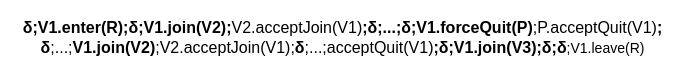
jpgros/site-web keeps this draw.io diagram as fullChemin.drawio. Above is the earlier version. Source tidied: cells renumbered, new cells numbered last; positions are measured from the earlier drawing's top-left corner, leaving out a move shared by most shapes. Both pictures are drawn from the tidied source at 100%, with x=0, y=0 at pixel (17, 17).
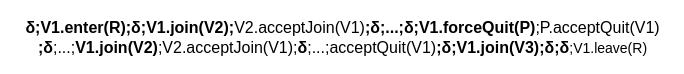
After the change.

Change to the diagram source:
```diff
@@
 <mxGraphModel>
   <root>
     <mxCell id="0" />
     <mxCell id="1" parent="0" />
-    <mxCell id="2" value="&lt;font style=&quot;font-size: 16px&quot;&gt;&lt;b&gt;δ;V1.enter(R);δ;V1.join(V2);&lt;/b&gt;V2.acceptJoin(V1)&lt;b&gt;;δ;...;δ;V1.forceQuit(P)&lt;/b&gt;;P.acceptQuit(V1)&lt;b&gt;;&lt;br&gt;δ&lt;/b&gt;;...;&lt;b&gt;V1.join(V2)&lt;/b&gt;;V2.acceptJoin(V1);&lt;b&gt;δ&lt;/b&gt;;...;acceptQuit(V1)&lt;b&gt;;δ;V1.join(V3);δ;δ&lt;/b&gt;&lt;/font&gt;;V1.leave(R)" style="text;html=1;align=center;verticalAlign=middle;fontSize=14;" parent="1" vertex="1">
+    <mxCell id="2" value="&lt;font style=&quot;font-size: 16px&quot;&gt;&lt;b&gt;δ;V1.enter(R);δ;V1.join(V2);&lt;/b&gt;V2.acceptJoin(V1)&lt;b&gt;;δ;...;δ;V1.forceQuit(P)&lt;/b&gt;;P.acceptQuit(V1)&lt;b&gt;&lt;br&gt;;δ&lt;/b&gt;;...;&lt;b&gt;V1.join(V2)&lt;/b&gt;;V2.acceptJoin(V1);&lt;b&gt;δ&lt;/b&gt;;...;acceptQuit(V1)&lt;b&gt;;δ;V1.join(V3);δ;δ&lt;/b&gt;&lt;/font&gt;;V1.leave(R)" style="text;html=1;align=center;verticalAlign=middle;fontSize=14;" parent="1" vertex="1">
       <mxGeometry width="650" height="40" as="geometry" />
     </mxCell>
   </root>
 </mxGraphModel>
```
